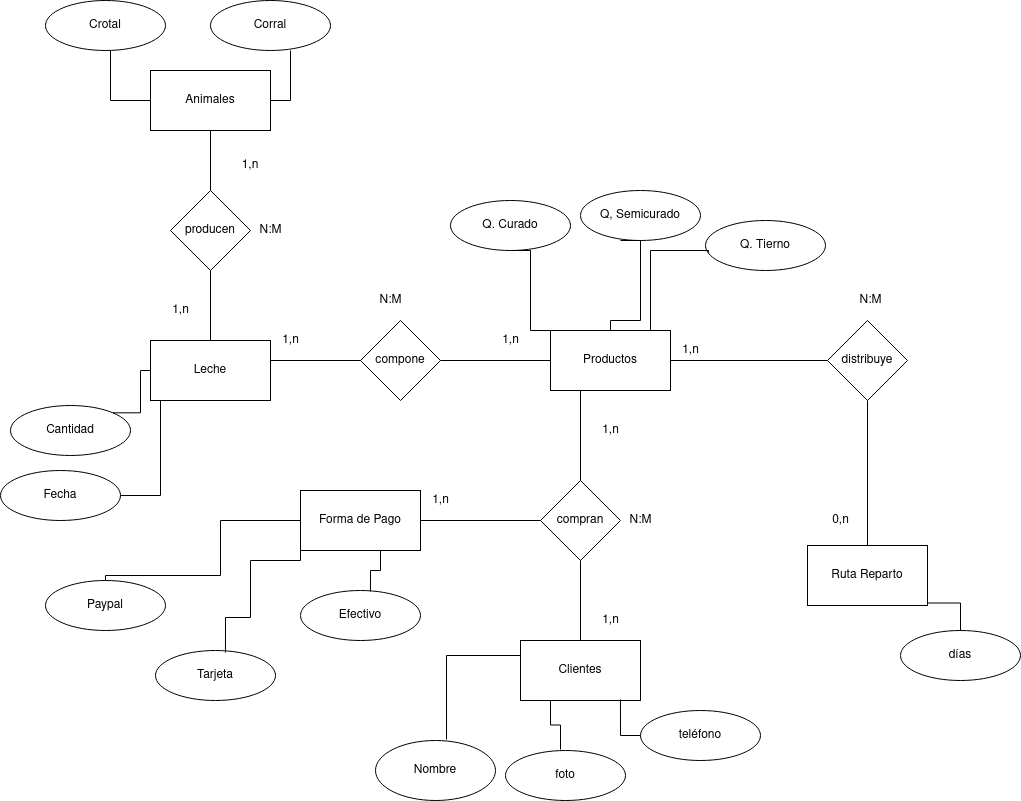
JoseMariaRuizDAM/PGL_JoseMa keeps this draw.io diagram as diagramas/granjaApp.drawio.png. Above is the earlier version. Source tidied: cells renumbered, new cells last; positions are measured from the earlier drawing's top-left corner, leaving out a move shared by most shapes.
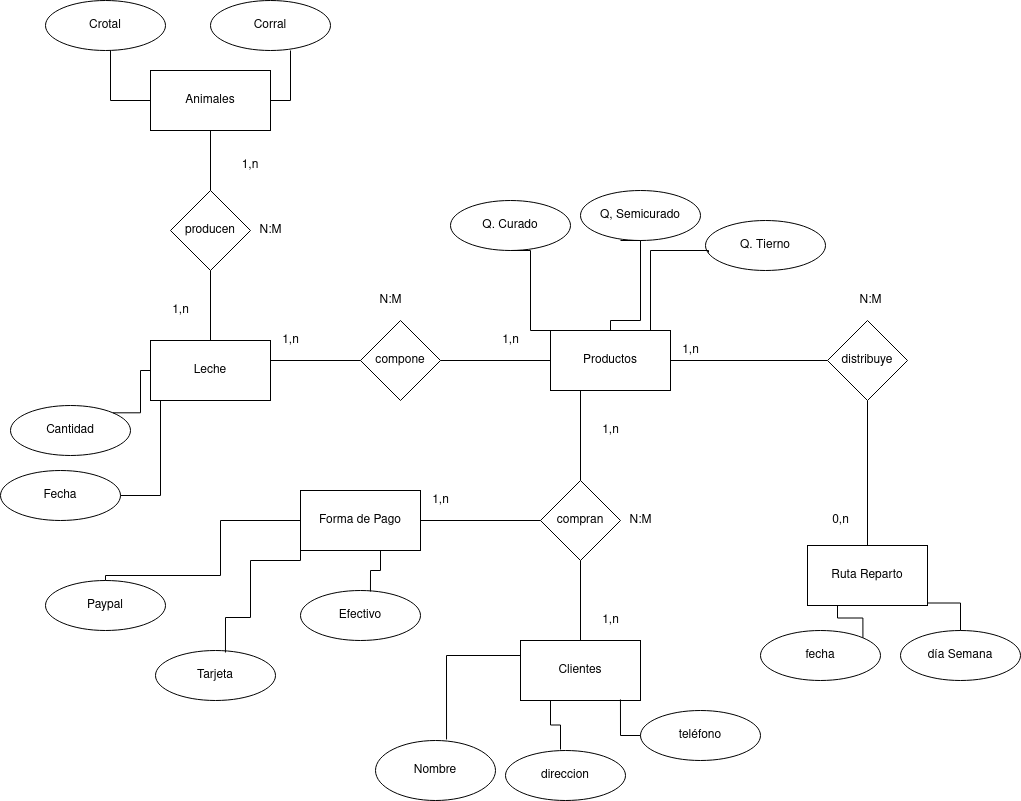
After the commit.

Change to the diagram source:
```diff
@@ -129,13 +129,13 @@
     <mxCell id="39" value="Q. Curado" style="ellipse;whiteSpace=wrap;html=1;" parent="1" vertex="1">
       <mxGeometry x="450" y="200" width="120" height="50" as="geometry" />
     </mxCell>
-    <mxCell id="40" value="foto" style="ellipse;whiteSpace=wrap;html=1;" parent="1" vertex="1">
+    <mxCell id="40" value="direccion" style="ellipse;whiteSpace=wrap;html=1;" parent="1" vertex="1">
       <mxGeometry x="505" y="750" width="120" height="50" as="geometry" />
     </mxCell>
     <mxCell id="41" value="&lt;div&gt;teléfono&lt;/div&gt;" style="ellipse;whiteSpace=wrap;html=1;" parent="1" vertex="1">
       <mxGeometry x="640" y="710" width="120" height="50" as="geometry" />
     </mxCell>
-    <mxCell id="42" value="&lt;div&gt;días&lt;/div&gt;" style="ellipse;whiteSpace=wrap;html=1;" parent="1" vertex="1">
+    <mxCell id="42" value="&lt;div&gt;día Semana&lt;/div&gt;" style="ellipse;whiteSpace=wrap;html=1;" parent="1" vertex="1">
       <mxGeometry x="900" y="630" width="120" height="50" as="geometry" />
     </mxCell>
     <mxCell id="43" value="Q, Semicurado" style="ellipse;whiteSpace=wrap;html=1;" parent="1" vertex="1">
@@ -244,5 +244,11 @@
         </Array>
       </mxGeometry>
     </mxCell>
+    <mxCell id="62" value="&lt;div&gt;fecha&lt;br&gt;&lt;/div&gt;" style="ellipse;whiteSpace=wrap;html=1;" parent="1" vertex="1">
+      <mxGeometry x="760" y="630" width="120" height="50" as="geometry" />
+    </mxCell>
+    <mxCell id="63" style="endArrow=none;html=1;rounded=0;edgeStyle=orthogonalEdgeStyle;entryX=1;entryY=0;entryDx=0;entryDy=0;exitX=0.25;exitY=1;exitDx=0;exitDy=0;" parent="1" edge="1" source="8" target="62">
+      <mxGeometry relative="1" as="geometry" />
+    </mxCell>
   </root>
 </mxGraphModel>
```
